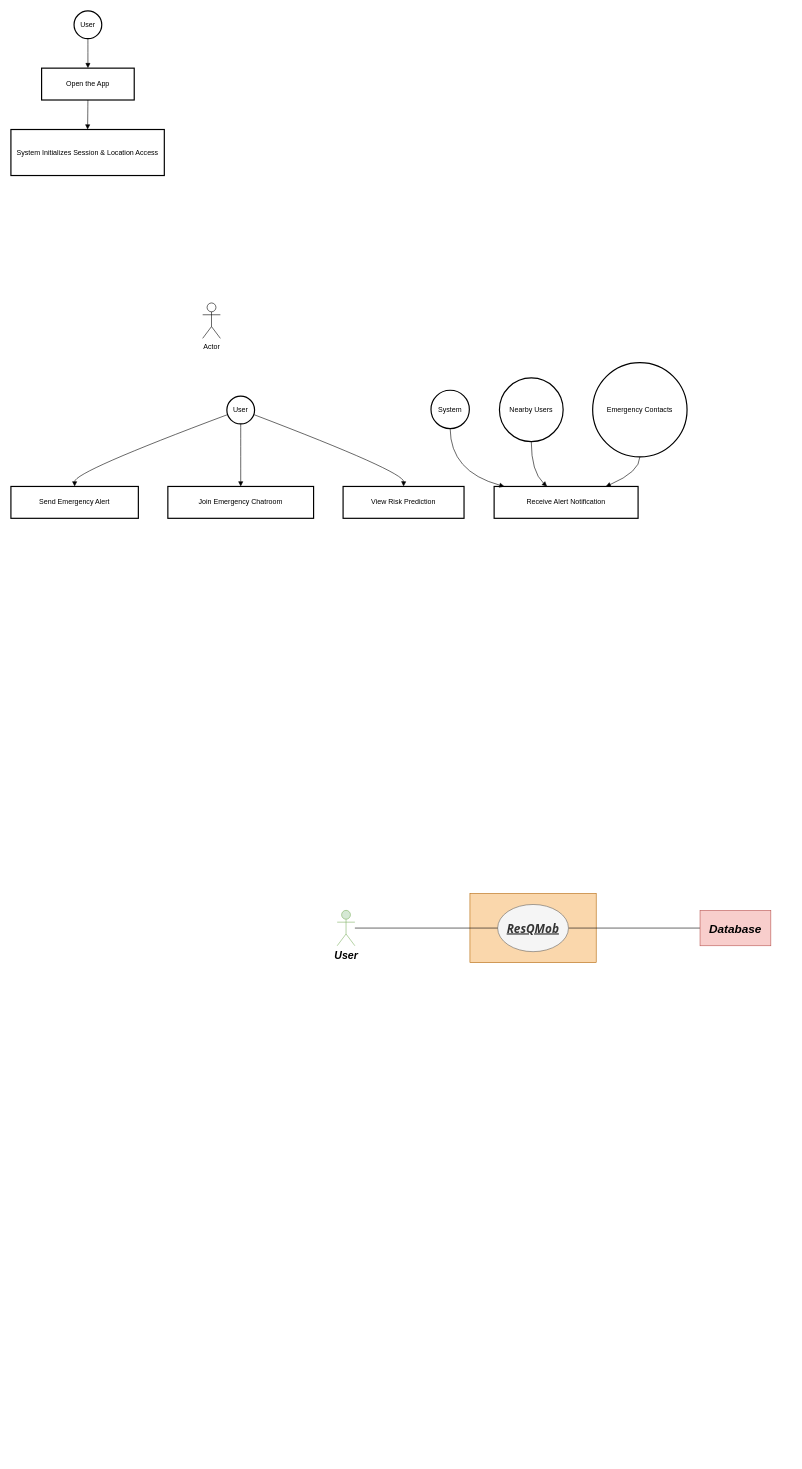
AbrarBb/University keeps this draw.io diagram as CSE412/UseCase_resqmob.drawio. Above is the earlier version. Source tidied: cells renumbered, new cells numbered last; positions are measured from the earlier drawing's top-left corner, leaving out a move shared by most shapes. Both pictures are drawn from the tidied source at 59%, with x=0, y=0 at pixel (11, 11).
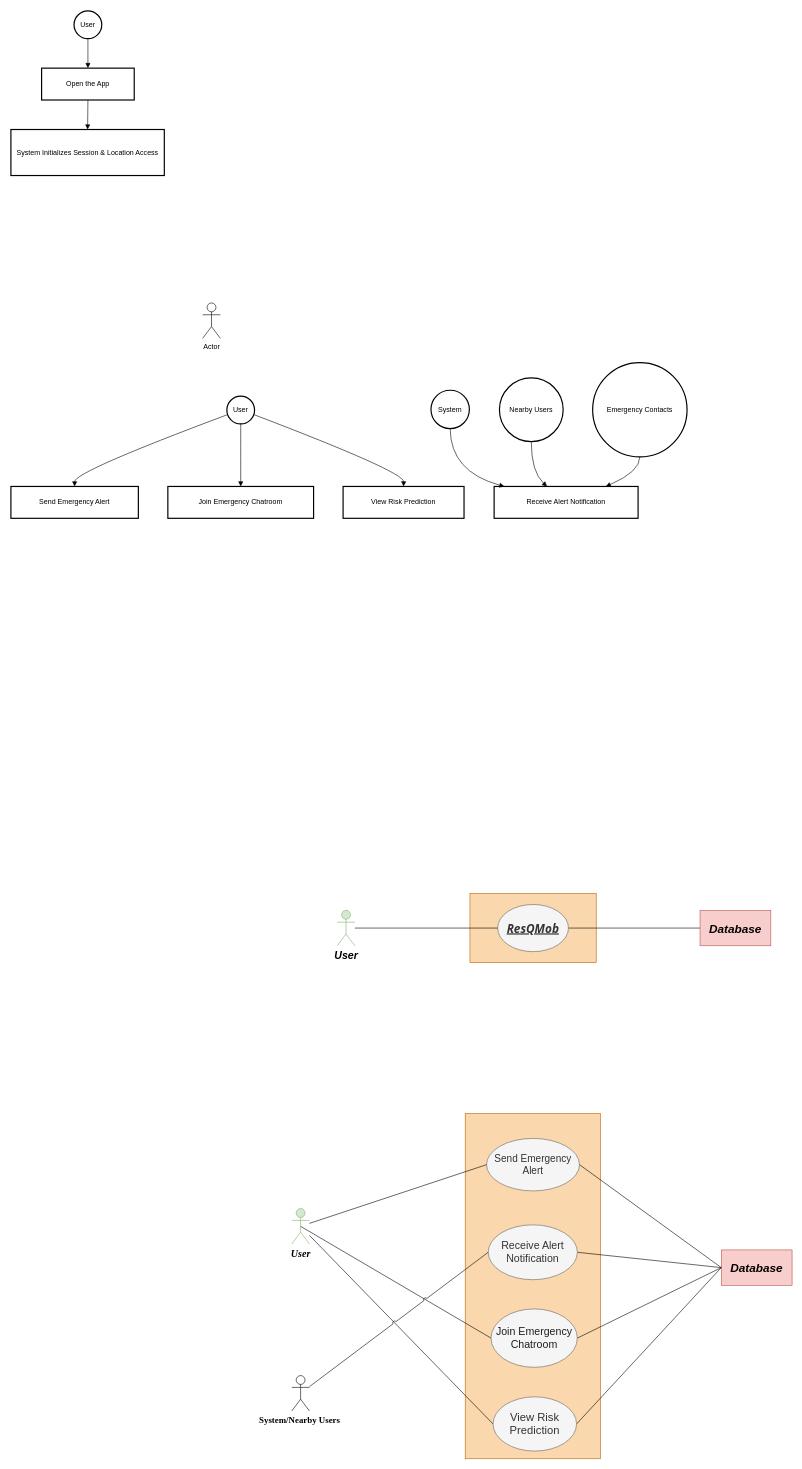
After the change.

Diff of the diagram source:
```diff
@@
+    <mxCell id="28" style="rounded=0;whiteSpace=wrap;html=1;fillColor=#fad7ac;strokeColor=#b46504;" parent="1" vertex="1">
+      <mxGeometry x="770" y="1869" width="229" height="585" as="geometry" />
+    </mxCell>
+    <mxCell id="29" style="rounded=0;jettySize=auto;html=1;exitX=1;exitY=0.5;exitDx=0;exitDy=0;endArrow=none;endFill=0;entryX=0;entryY=0.5;entryDx=0;entryDy=0;" parent="1" edge="1" source="30" target="35">
+      <mxGeometry relative="1" as="geometry" />
+    </mxCell>
+    <mxCell id="30" value="&lt;span style=&quot;font-size: 17px;&quot;&gt;Send Emergency Alert&lt;/span&gt;" style="ellipse;whiteSpace=wrap;html=1;fillColor=#f5f5f5;strokeColor=#666666;fontColor=#333333;" parent="1" vertex="1">
+      <mxGeometry x="806.2" y="1911" width="157.5" height="89" as="geometry" />
+    </mxCell>
+    <mxCell id="31" style="rounded=0;jettySize=auto;html=1;endArrow=none;endFill=0;entryX=0;entryY=0.5;entryDx=0;entryDy=0;" parent="1" edge="1" source="34" target="30">
+      <mxGeometry relative="1" as="geometry" />
+    </mxCell>
+    <mxCell id="32" style="rounded=0;jettySize=auto;html=1;entryX=0;entryY=0.5;entryDx=0;entryDy=0;endArrow=none;endFill=0;" parent="1" edge="1" source="34" target="37">
+      <mxGeometry relative="1" as="geometry" />
+    </mxCell>
+    <mxCell id="33" style="rounded=0;jettySize=auto;html=1;exitX=0.5;exitY=0.5;exitDx=0;exitDy=0;exitPerimeter=0;entryX=0;entryY=0.5;entryDx=0;entryDy=0;endArrow=none;endFill=0;" parent="1" edge="1" source="34" target="39">
+      <mxGeometry relative="1" as="geometry" />
+    </mxCell>
+    <mxCell id="34" value="&lt;i style=&quot;&quot;&gt;&lt;font face=&quot;Times New Roman&quot; style=&quot;font-size: 17px;&quot;&gt;&lt;b style=&quot;&quot;&gt;User&lt;/b&gt;&lt;/font&gt;&lt;/i&gt;" style="shape=umlActor;verticalLabelPosition=bottom;verticalAlign=top;html=1;outlineConnect=0;fillColor=#d5e8d4;strokeColor=#82b366;" parent="1" vertex="1">
+      <mxGeometry x="476" y="2030" width="30" height="60" as="geometry" />
+    </mxCell>
+    <mxCell id="35" value="&lt;i&gt;&lt;font style=&quot;font-size: 20px;&quot;&gt;&lt;b&gt;Database&lt;/b&gt;&lt;/font&gt;&lt;/i&gt;" style="rounded=0;whiteSpace=wrap;html=1;glass=0;fillColor=#f8cecc;strokeColor=#b85450;" parent="1" vertex="1">
+      <mxGeometry x="1204" y="2100" width="120" height="60" as="geometry" />
+    </mxCell>
+    <mxCell id="36" style="rounded=0;jettySize=auto;html=1;entryX=0;entryY=0.5;entryDx=0;entryDy=0;endArrow=none;endFill=0;exitX=1;exitY=0.5;exitDx=0;exitDy=0;" parent="1" edge="1" source="37" target="35">
+      <mxGeometry relative="1" as="geometry" />
+    </mxCell>
+    <mxCell id="37" value="&lt;font style=&quot;font-size: 19px;&quot;&gt;View Risk Prediction&lt;/font&gt;" style="ellipse;whiteSpace=wrap;html=1;fillColor=#f5f5f5;strokeColor=#666666;fontColor=#333333;" parent="1" vertex="1">
+      <mxGeometry x="817.2" y="2349" width="141.5" height="92" as="geometry" />
+    </mxCell>
+    <mxCell id="38" style="rounded=0;jettySize=auto;html=1;exitX=1;exitY=0.5;exitDx=0;exitDy=0;entryX=0;entryY=0.5;entryDx=0;entryDy=0;endArrow=none;endFill=0;" parent="1" edge="1" source="39" target="35">
+      <mxGeometry relative="1" as="geometry" />
+    </mxCell>
+    <mxCell id="39" value="&lt;font face=&quot;Helvetica&quot; style=&quot;font-size: 18px;&quot;&gt;&lt;span style=&quot;&quot; id=&quot;docs-internal-guid-f7e9ce0b-7fff-088d-0f5a-9d55db671752&quot;&gt;&lt;span style=&quot;color: rgb(31, 31, 31); background-color: transparent; font-variant-numeric: normal; font-variant-east-asian: normal; font-variant-alternates: normal; font-variant-position: normal; font-variant-emoji: normal; vertical-align: baseline; white-space-collapse: preserve;&quot;&gt;Join Emergency Chatroom&lt;/span&gt;&lt;/span&gt;&lt;/font&gt;" style="ellipse;whiteSpace=wrap;html=1;fillColor=#f5f5f5;strokeColor=#666666;fontColor=#333333;" parent="1" vertex="1">
+      <mxGeometry x="813.8" y="2200" width="146.2" height="99" as="geometry" />
+    </mxCell>
+    <mxCell id="40" style="rounded=0;jettySize=auto;html=1;exitX=1;exitY=0.5;exitDx=0;exitDy=0;endArrow=none;endFill=0;entryX=0;entryY=0.5;entryDx=0;entryDy=0;" parent="1" edge="1" source="41" target="35">
+      <mxGeometry relative="1" as="geometry" />
+    </mxCell>
+    <mxCell id="41" value="&lt;font style=&quot;font-size: 18px;&quot;&gt;Receive Alert Notification&lt;/font&gt;" style="ellipse;whiteSpace=wrap;html=1;fillColor=#f5f5f5;strokeColor=#666666;fontColor=#333333;" parent="1" vertex="1">
+      <mxGeometry x="809" y="2057.5" width="151.1" height="93" as="geometry" />
+    </mxCell>
+    <mxCell id="42" style="rounded=0;jettySize=auto;html=1;entryX=0;entryY=0.5;entryDx=0;entryDy=0;endArrow=none;endFill=0;jumpStyle=arc;" parent="1" edge="1" source="43" target="41">
+      <mxGeometry relative="1" as="geometry" />
+    </mxCell>
+    <mxCell id="43" value="&lt;font face=&quot;Times New Roman&quot; style=&quot;font-size: 15px;&quot;&gt;&lt;b style=&quot;&quot;&gt;System/Nearby Users&amp;nbsp;&lt;/b&gt;&lt;/font&gt;" style="shape=umlActor;verticalLabelPosition=bottom;verticalAlign=top;html=1;outlineConnect=0;" parent="1" vertex="1">
+      <mxGeometry x="476" y="2313" width="30" height="60" as="geometry" />
+    </mxCell>
```
